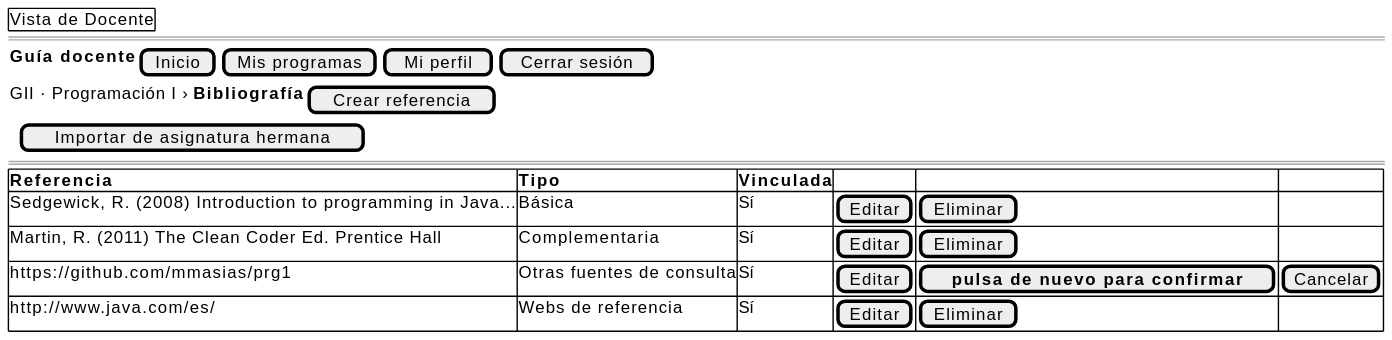
Before: images/RUP/01-requisitos/03-detalle-casos-uso/eliminarReferenciaBibliografica/wireframe.svg, a diagram exported from PlantUML (mmasias/pyCeldaPublico).
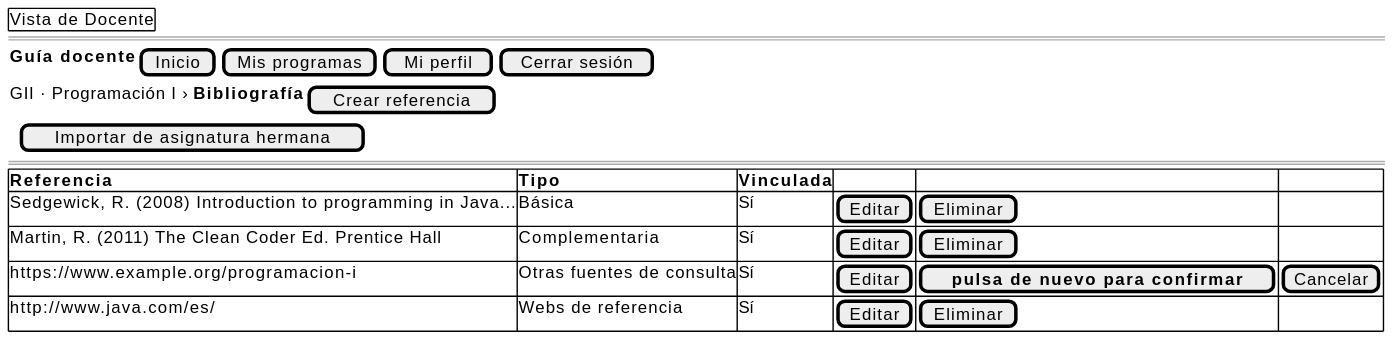
The same diagram one commit later.

Change to the diagram source:
```diff
@@ -10,7 +10,7 @@
         <b>Referencia | <b>Tipo | <b>Vinculada | . | . | .
         Sedgewick, R. (2008) Introduction to programming in Java... | Básica | Sí | [Editar] | [Eliminar] | .
         Martin, R. (2011) The Clean Coder Ed. Prentice Hall | Complementaria | Sí | [Editar] | [Eliminar] | .
-        https://github.com/mmasias/prg1 | Otras fuentes de consulta | Sí | [Editar] | [ <b>pulsa de nuevo para confirmar</b> ] | [Cancelar]
+        https://www.example.org/programacion-i | Otras fuentes de consulta | Sí | [Editar] | [ <b>pulsa de nuevo para confirmar</b> ] | [Cancelar]
         http://www.java.com/es/ | Webs de referencia | Sí | [Editar] | [Eliminar] | .
     }
 }
```
